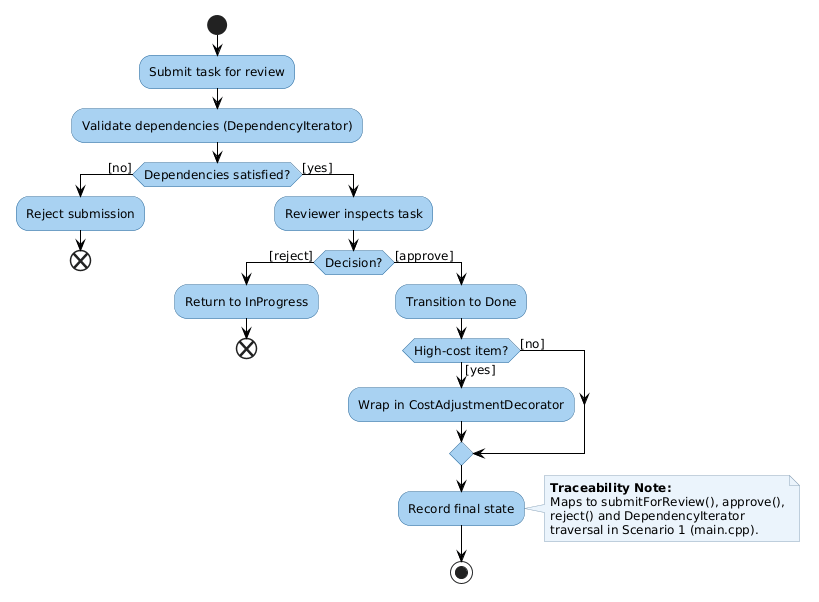
Earlier version of the PlantUML export docs/diagram3.png (chelsyhwata-dev/cos-214-practical4).
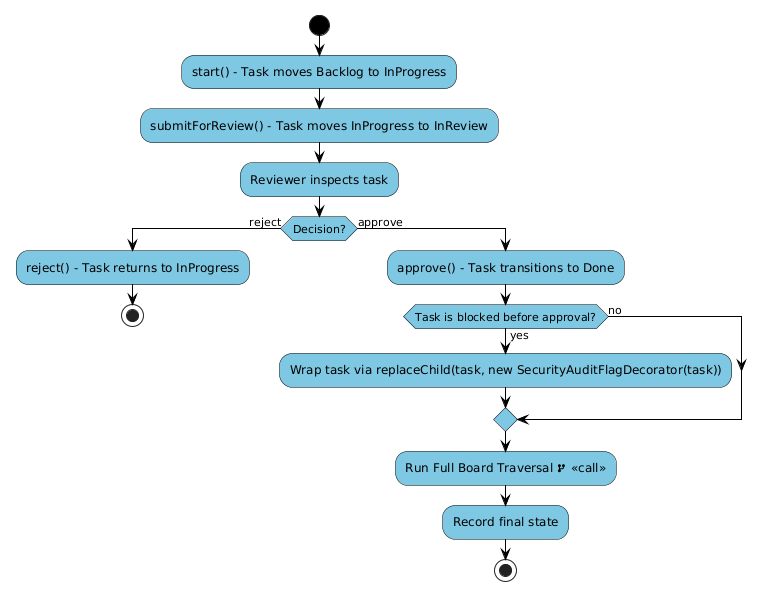
The same file after the commit.

Change to the diagram source:
```diff
@@ -1,62 +1,31 @@
 @startuml
-skinparam backgroundColor white
-skinparam shadowing false
 skinparam defaultFontName Arial
-skinparam defaultFontSize 12
-
 skinparam activity {
-  BackgroundColor #A9D2F2
-  BorderColor #2D6898
+  BackgroundColor #7EC8E3
+  BorderColor black
+  ArrowColor black
   FontColor black
+  DiamondBackgroundColor #7EC8E3
+  DiamondBorderColor black
 }
-
-skinparam note {
-  BackgroundColor #EBF4FC
-  BorderColor #8CA4BA
-  FontColor black
-}
-
-skinparam arrow {
-  Color black
-}
-
-skinparam activityDiamond {
-  BackgroundColor #A9D2F2
-  BorderColor #2D6898
-}
+skinparam ActivityStartColor black
+skinparam ActivityEndColor black
 
 start
-
-:Submit task for review;
-
-:Validate dependencies (DependencyIterator);
-
-if (Dependencies satisfied?) then ([no])
-  :Reject submission;
-  end
-else ([yes])
-  :Reviewer inspects task;
-
-  if (Decision?) then ([reject])
-    :Return to InProgress;
-    end
-  else ([approve])
-    :Transition to Done;
-
-    if (High-cost item?) then ([yes])
-      :Wrap in CostAdjustmentDecorator;
-    else ([no])
-    endif
-
-    :Record final state;
-    note right
-      **Traceability Note:**
-      Maps to submitForReview(), approve(),
-      reject() and DependencyIterator
-      traversal in Scenario 1 (main.cpp).
-    end note
-
-    stop
+:start() - Task moves Backlog to InProgress;
+:submitForReview() - Task moves InProgress to InReview;
+:Reviewer inspects task;
+if (Decision?) then (reject)
+  :reject() - Task returns to InProgress;
+  stop
+else (approve)
+  :approve() - Task transitions to Done;
+  if (Task is blocked before approval?) then (yes)
+    :Wrap task via replaceChild(task, new SecurityAuditFlagDecorator(task));
+  else (no)
   endif
+  :Run Full Board Traversal <&fork> <<call>>;
+  :Record final state;
+  stop
 endif
 @enduml
```
